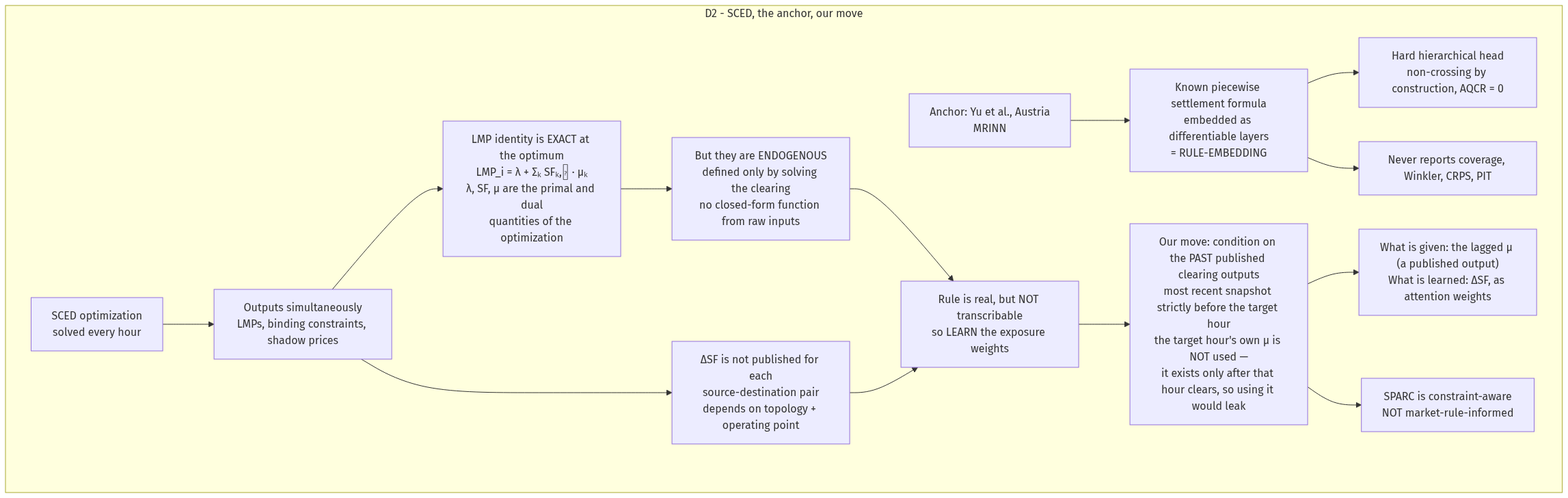
The Mermaid diagram docs/explanation/06-sparc-flow-03-G_D2.png in L1ZLe/ercot-casp-paper, before a commit. Its source is kept beside it as docs/explanation/06-sparc-flow-03-G_D2.mmd. The source it was exported from:
```mermaid
flowchart TD
subgraph G_D2["D2 - SCED, the anchor, our move"]
    SCED["SCED optimization<br/>solved every hour"] --> OUT["Outputs simultaneously<br/>LMPs, binding constraints, shadow prices"]
    OUT --> IDENTITY["LMP identity is EXACT at the optimum<br/>LMP_i = λ + Σₖ SFₖ,ᵢ · μₖ<br/>λ, SF, μ are the primal and dual<br/>quantities of the optimization"]
    IDENTITY --> ENDOG["But they are ENDOGENOUS<br/>defined only by solving the clearing<br/>no closed-form function from raw inputs"]
    ENDOG --> MUST["Rule is real, but NOT transcribable<br/>so LEARN the exposure weights"]
    OUT --> DSF_D2["ΔSF is not published for each<br/>source-destination pair<br/>depends on topology + operating point"]
    DSF_D2 --> MUST

    ANCHOR["Anchor: Yu et al., Austria<br/>MRINN"] --> RULE["Known piecewise settlement formula<br/>embedded as differentiable layers<br/>= RULE-EMBEDDING"]
    RULE --> HARD["Hard hierarchical head<br/>non-crossing by construction, AQCR = 0"]
    RULE --> GAPS["Never reports coverage, Winkler, CRPS, PIT"]

    MUST --> MOVE["Our move: condition on the PAST published clearing outputs<br/>most recent snapshot strictly before the target hour<br/>the target hour's own μ is NOT used —<br/>it exists only after that hour clears, so using it would leak"]
    MOVE --> LEARN["What is given: the lagged μ (a published output)<br/>What is learned: ΔSF, as attention weights"]
    MOVE --> NOT["SPARC is constraint-aware<br/>NOT market-rule-informed"]
  end
```
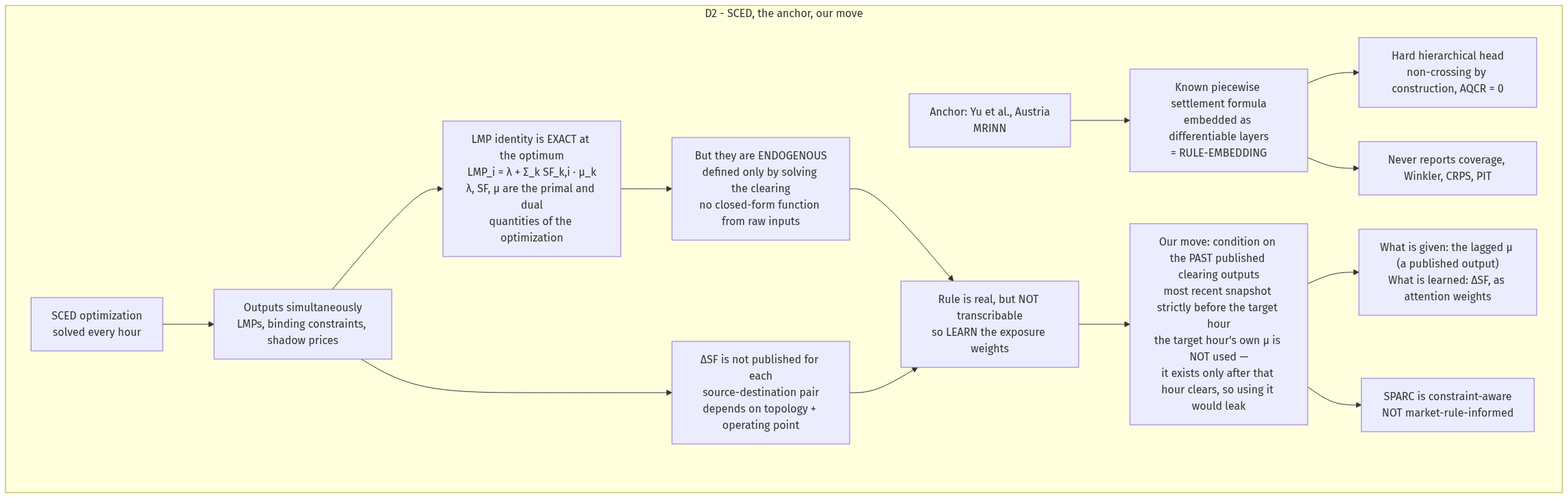
After the change.

What changed in the source:
```diff
@@ -1,7 +1,7 @@
 flowchart TD
 subgraph G_D2["D2 - SCED, the anchor, our move"]
     SCED["SCED optimization<br/>solved every hour"] --> OUT["Outputs simultaneously<br/>LMPs, binding constraints, shadow prices"]
-    OUT --> IDENTITY["LMP identity is EXACT at the optimum<br/>LMP_i = λ + Σₖ SFₖ,ᵢ · μₖ<br/>λ, SF, μ are the primal and dual<br/>quantities of the optimization"]
+    OUT --> IDENTITY["LMP identity is EXACT at the optimum<br/>LMP_i = λ + Σ_k SF_k,i · μ_k<br/>λ, SF, μ are the primal and dual<br/>quantities of the optimization"]
     IDENTITY --> ENDOG["But they are ENDOGENOUS<br/>defined only by solving the clearing<br/>no closed-form function from raw inputs"]
     ENDOG --> MUST["Rule is real, but NOT transcribable<br/>so LEARN the exposure weights"]
     OUT --> DSF_D2["ΔSF is not published for each<br/>source-destination pair<br/>depends on topology + operating point"]
```
